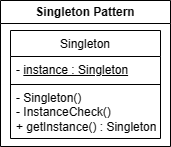
Johnny-Connor/GameProgrammingPatterns keeps this draw.io diagram as Assets/SingletonPattern/SingletonPatternDiagram.png. Above is the earlier version. Source tidied: cells renumbered, new cells last; positions are measured from the earlier drawing's top-left corner, leaving out a move shared by most shapes.
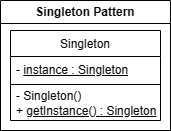
The same diagram one commit later.

Commit message:
SingletonPattern: code cleanup + new comments.

The edit, as a diff of the source:
```diff
@@ -3,10 +3,10 @@
     <mxCell id="0" />
     <mxCell id="1" parent="0" />
     <mxCell id="2" value="Singleton Pattern" style="swimlane;whiteSpace=wrap;html=1;strokeWidth=1;perimeterSpacing=0;" parent="1" vertex="1">
-      <mxGeometry width="170" height="146" as="geometry" />
+      <mxGeometry width="170" height="130" as="geometry" />
     </mxCell>
     <mxCell id="3" value="Singleton" style="swimlane;fontStyle=0;align=center;verticalAlign=top;horizontal=1;startSize=26;rounded=0;shadow=0;strokeWidth=1;" parent="2" vertex="1">
-      <mxGeometry x="10" y="30" width="150" height="108" as="geometry" />
+      <mxGeometry x="10" y="30" width="150" height="90" as="geometry" />
     </mxCell>
     <mxCell id="4" value="-&amp;nbsp;&lt;u&gt;instance : Singleton&lt;/u&gt;" style="text;html=1;strokeColor=none;fillColor=none;align=left;verticalAlign=top;whiteSpace=wrap;rounded=0;spacingLeft=4;" parent="3" vertex="1">
       <mxGeometry y="26" width="150" height="24" as="geometry" />
@@ -14,8 +14,8 @@
     <mxCell id="5" style="line;html=1;strokeWidth=1;align=left;verticalAlign=middle;spacingTop=-1;spacingLeft=3;spacingRight=3;labelPosition=right;" parent="3" vertex="1">
       <mxGeometry y="50" width="150" height="8" as="geometry" />
     </mxCell>
-    <mxCell id="6" value="- Singleton()&lt;br style=&quot;font-size: 12px;&quot;&gt;- InstanceCheck()&lt;br style=&quot;font-size: 12px;&quot;&gt;+ getInstance() : Singleton" style="text;strokeColor=none;fillColor=none;align=left;verticalAlign=middle;rounded=0;whiteSpace=wrap;html=1;spacingLeft=4;fontSize=12;horizontal=1;spacing=2;spacingTop=-2;" parent="3" vertex="1">
-      <mxGeometry y="58" width="150" height="50" as="geometry" />
+    <mxCell id="6" value="- Singleton()&lt;br style=&quot;font-size: 12px;&quot;&gt;+ &lt;u&gt;getInstance() : Singleton&lt;/u&gt;" style="text;strokeColor=none;fillColor=none;align=left;verticalAlign=middle;rounded=0;whiteSpace=wrap;html=1;spacingLeft=4;fontSize=12;horizontal=1;spacing=2;spacingTop=-2;" parent="3" vertex="1">
+      <mxGeometry y="58" width="150" height="32" as="geometry" />
     </mxCell>
   </root>
 </mxGraphModel>
```
